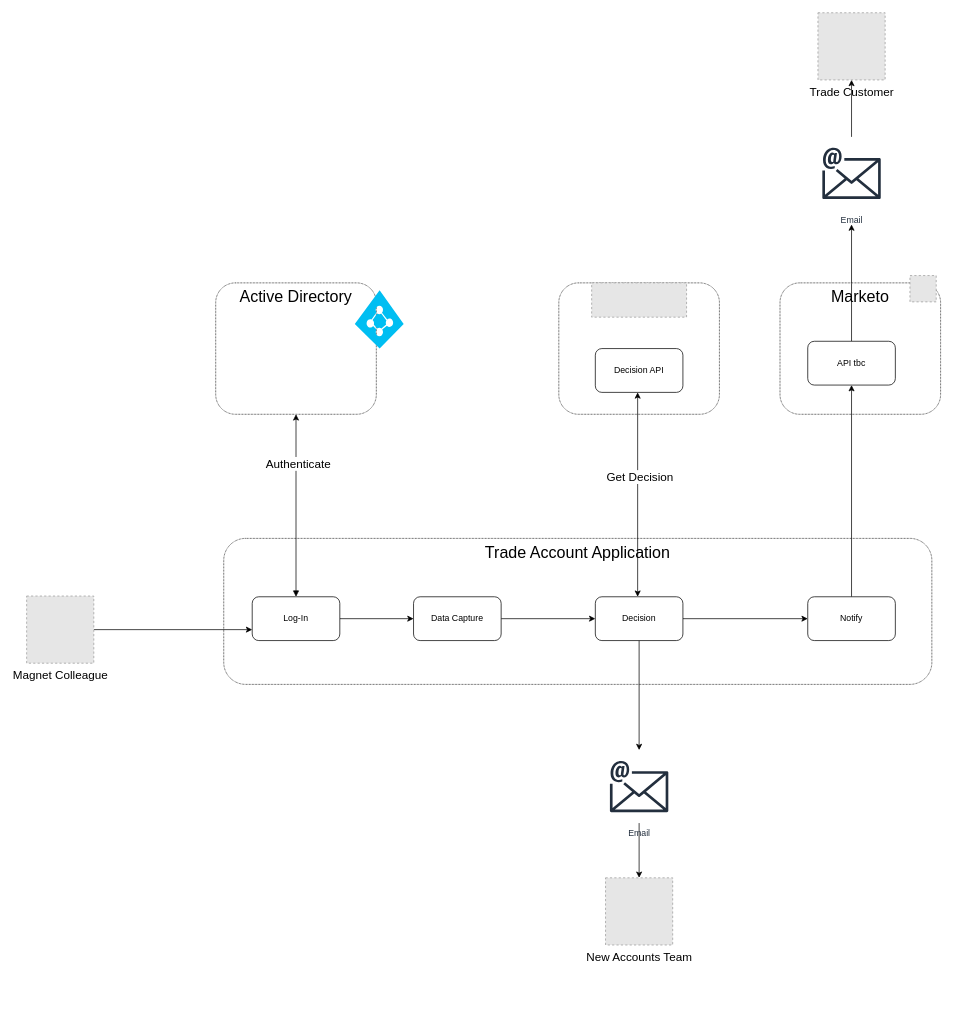
mrf742002/Diagrams keeps this draw.io diagram as page "Overview" (3 of 3) of Account Application.drawio. Above is the earlier version. Source tidied: cells renumbered, new cells numbered last; positions are measured from the earlier drawing's top-left corner, leaving out a move shared by most shapes. Both pictures are drawn from the tidied source at 73%, with x=0, y=0 at pixel (26, 12). Pictures stored in the file or linked from it are replaced by grey dashed boxes.
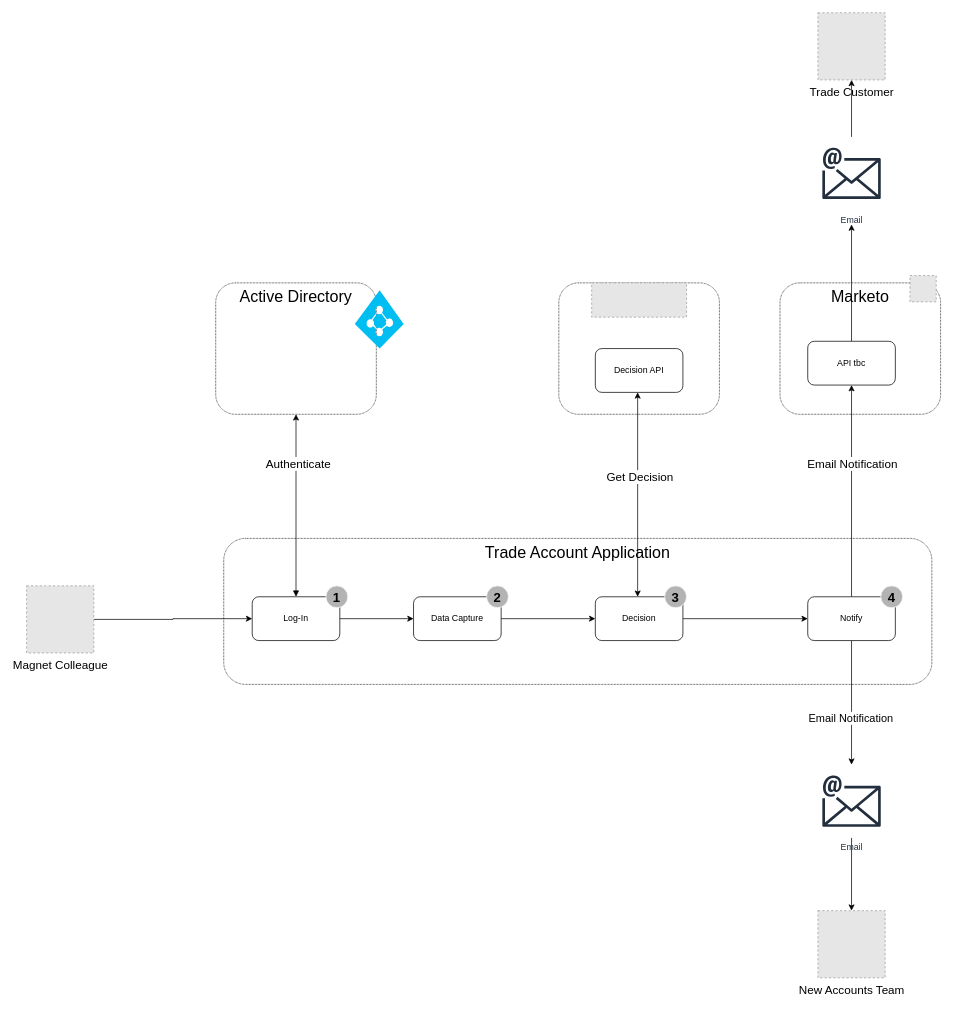
The same diagram, later.

Unchanged cells that the change refers to:
```xml
<mxCell id="13" value="Log-In" style="rounded=1;whiteSpace=wrap;html=1;" parent="1" vertex="1">
  <mxGeometry x="309" y="800" width="120" height="60" as="geometry" />
</mxCell>
<mxCell id="18" value="Decision" style="rounded=1;whiteSpace=wrap;html=1;" parent="1" vertex="1">
  <mxGeometry x="779" y="800" width="120" height="60" as="geometry" />
</mxCell>
<mxCell id="23" style="edgeStyle=orthogonalEdgeStyle;rounded=0;jettySize=auto;html=1;exitX=0.5;exitY=0;exitDx=0;exitDy=0;startArrow=none;startFill=0;entryX=0.5;entryY=1;entryDx=0;entryDy=0;" parent="1" edge="1" source="24" target="28">
  <mxGeometry relative="1" as="geometry" />
</mxCell>
<mxCell id="24" value="Notify" style="rounded=1;whiteSpace=wrap;html=1;" parent="1" vertex="1">
  <mxGeometry x="1070" y="800" width="120" height="60" as="geometry" />
</mxCell>
```

Diff of the diagram source:
```diff
@@
-    <mxCell id="5" style="edgeStyle=orthogonalEdgeStyle;rounded=0;jettySize=auto;html=1;exitX=1;exitY=0.5;exitDx=0;exitDy=0;entryX=0;entryY=0.75;entryDx=0;entryDy=0;startArrow=none;startFill=0;" parent="1" edge="1" source="6" target="13">
+    <mxCell id="5" style="edgeStyle=orthogonalEdgeStyle;rounded=0;jettySize=auto;html=1;exitX=1;exitY=0.5;exitDx=0;exitDy=0;entryX=0;entryY=0.5;entryDx=0;entryDy=0;startArrow=none;startFill=0;" parent="1" edge="1" source="6" target="13">
       <mxGeometry relative="1" as="geometry" />
     </mxCell>
     <mxCell id="6" value="&lt;font style=&quot;font-size: 16px&quot;&gt;Magnet Colleague&lt;/font&gt;" style="fillColor=#E6E6E6;strokeColor=#999999;dashed=1;html=1;verticalAlign=top;verticalLabelPosition=bottom;labelBackgroundColor=#ffffff;" parent="1" vertex="1">
-      <mxGeometry y="799" width="92" height="92" as="geometry" />
+      <mxGeometry y="785" width="92" height="92" as="geometry" />
     </mxCell>
     <mxCell id="7" value="&lt;font style=&quot;font-size: 16px&quot;&gt;New Accounts Team&lt;/font&gt;" style="fillColor=#E6E6E6;strokeColor=#999999;dashed=1;html=1;verticalAlign=top;verticalLabelPosition=bottom;labelBackgroundColor=#ffffff;" parent="1" vertex="1">
-      <mxGeometry x="793" y="1185" width="92" height="92" as="geometry" />
+      <mxGeometry x="1084" y="1230" width="92" height="92" as="geometry" />
     </mxCell>
@@
-    <mxCell id="17" style="edgeStyle=orthogonalEdgeStyle;rounded=0;jettySize=auto;html=1;exitX=0.5;exitY=1;exitDx=0;exitDy=0;startArrow=none;startFill=0;" parent="1" edge="1" source="18" target="30">
+    <mxCell id="17" style="edgeStyle=orthogonalEdgeStyle;rounded=0;jettySize=auto;html=1;startArrow=none;startFill=0;" parent="1" edge="1" source="24" target="30">
       <mxGeometry relative="1" as="geometry" />
     </mxCell>
+    <mxCell id="33" value="&lt;font style=&quot;font-size: 15px&quot;&gt;Email Notification&lt;/font&gt;" style="edgeLabel;html=1;align=center;verticalAlign=middle;" parent="17" vertex="1">
+      <mxGeometry x="0.23" y="-2" relative="1" as="geometry" />
+    </mxCell>
@@
+    <mxCell id="34" value="&lt;font style=&quot;font-size: 16px&quot;&gt;Email Notification&lt;/font&gt;" style="edgeLabel;html=1;align=center;verticalAlign=middle;" parent="23" vertex="1">
+      <mxGeometry x="0.26" relative="1" as="geometry" />
+    </mxCell>
@@
     <mxCell id="30" value="Email" style="outlineConnect=0;fontColor=#232F3E;gradientColor=none;strokeColor=#232F3E;fillColor=#ffffff;dashed=0;verticalLabelPosition=bottom;verticalAlign=top;align=center;html=1;fontSize=12;fontStyle=0;shape=mxgraph.aws4.resourceIcon;resIcon=mxgraph.aws4.email;" parent="1" vertex="1">
-      <mxGeometry x="789" y="1010" width="100" height="100" as="geometry" />
+      <mxGeometry x="1080" y="1030" width="100" height="100" as="geometry" />
     </mxCell>
@@
+    <mxCell id="35" value="&lt;b&gt;&lt;font style=&quot;font-size: 18px&quot;&gt;1&lt;/font&gt;&lt;/b&gt;" style="ellipse;whiteSpace=wrap;html=1;strokeColor=#FFFFFF;fillColor=#B3B3B3;fontSize=20;" parent="1" vertex="1">
+      <mxGeometry x="410" y="785" width="30" height="30" as="geometry" />
+    </mxCell>
+    <mxCell id="36" value="&lt;b&gt;&lt;font style=&quot;font-size: 18px&quot;&gt;2&lt;/font&gt;&lt;/b&gt;" style="ellipse;whiteSpace=wrap;html=1;strokeColor=#FFFFFF;fillColor=#B3B3B3;fontSize=20;" parent="1" vertex="1">
+      <mxGeometry x="630" y="785" width="30" height="30" as="geometry" />
+    </mxCell>
+    <mxCell id="37" value="&lt;b&gt;&lt;font style=&quot;font-size: 18px&quot;&gt;3&lt;/font&gt;&lt;/b&gt;" style="ellipse;whiteSpace=wrap;html=1;strokeColor=#FFFFFF;fillColor=#B3B3B3;fontSize=20;" parent="1" vertex="1">
+      <mxGeometry x="874" y="785" width="30" height="30" as="geometry" />
+    </mxCell>
+    <mxCell id="38" value="&lt;b&gt;&lt;font style=&quot;font-size: 18px&quot;&gt;4&lt;/font&gt;&lt;/b&gt;" style="ellipse;whiteSpace=wrap;html=1;strokeColor=#FFFFFF;fillColor=#B3B3B3;fontSize=20;" parent="1" vertex="1">
+      <mxGeometry x="1170" y="785" width="30" height="30" as="geometry" />
+    </mxCell>
```
